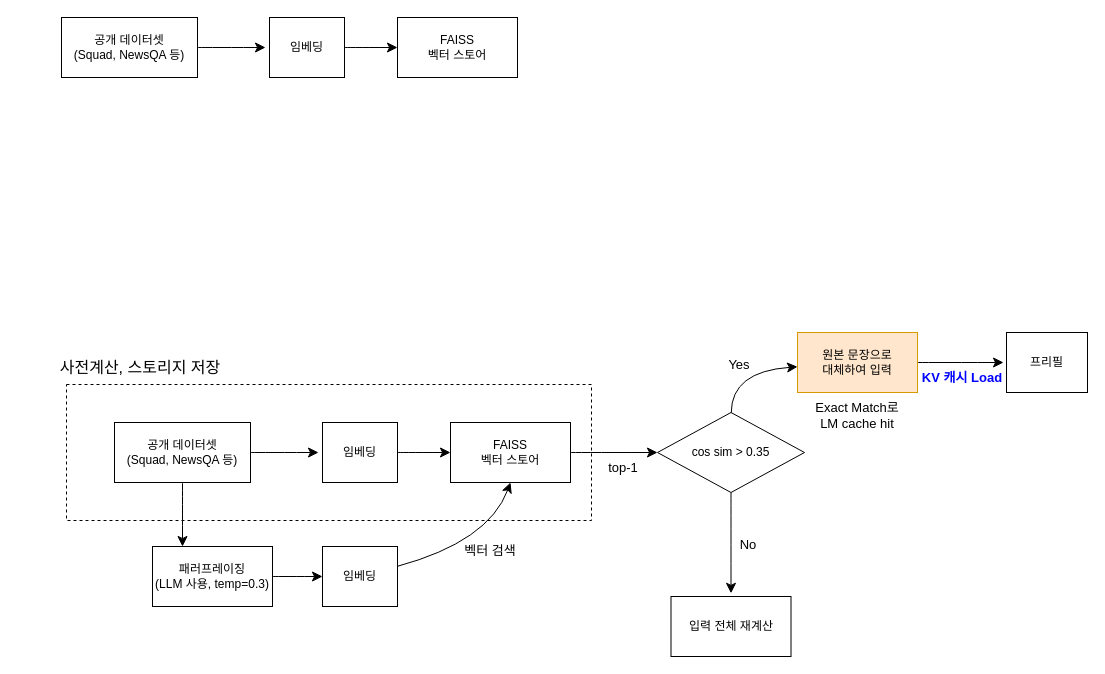
Above: 제목 없는 다이어그램.drawio in choungsol/storinfer (draw.io), before the change. Source tidied: cells renumbered, new cells numbered last; positions are measured from the earlier drawing's top-left corner, leaving out a move shared by most shapes. Both pictures are drawn from the tidied source at 100%, with x=0, y=0 at pixel (17, 17).
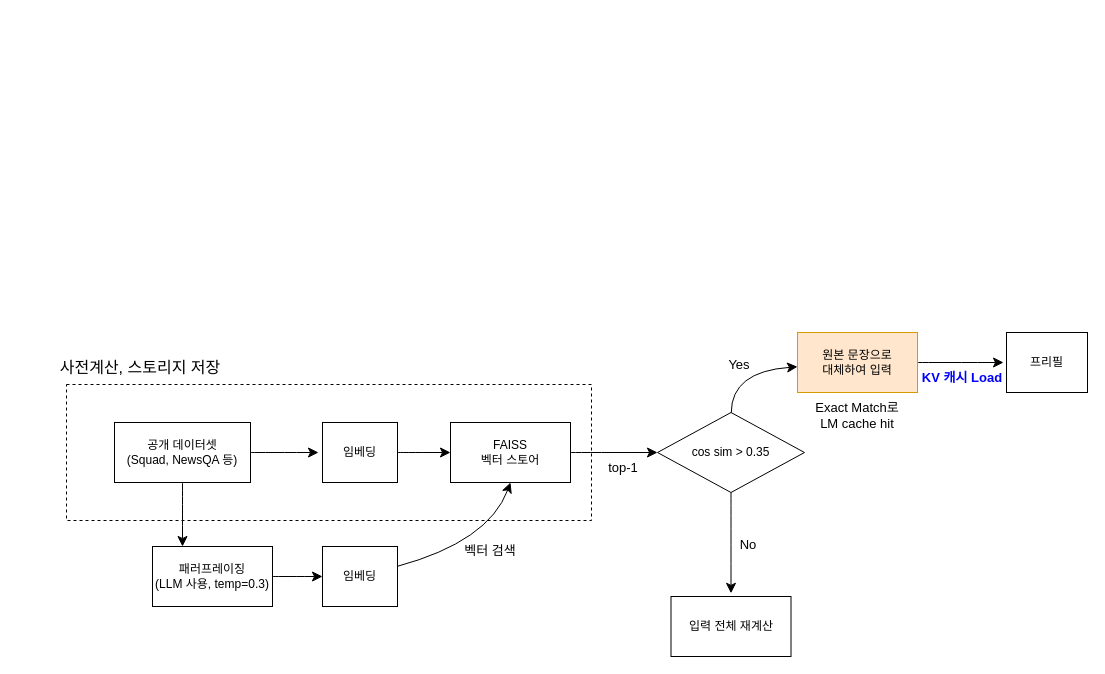
Above is the later version.

Commit message (it also covers changes not shown here):
제목 없는 다이어그램.drawio 업데이트

Diff of the diagram source:
```diff
@@
-    <mxCell id="29" style="edgeStyle=none;curved=1;rounded=0;jettySize=auto;html=1;fontSize=12;startSize=8;endSize=8;" parent="1" edge="1" source="30">
-      <mxGeometry relative="1" as="geometry">
-        <mxPoint x="248" y="30" as="targetPoint" />
-      </mxGeometry>
-    </mxCell>
-    <mxCell id="30" value="공개 데이터셋&lt;div&gt;(Squad, NewsQA 등)&lt;/div&gt;" style="whiteSpace=wrap;html=1;" parent="1" vertex="1">
-      <mxGeometry x="44" width="136" height="60" as="geometry" />
-    </mxCell>
-    <mxCell id="31" style="edgeStyle=none;curved=1;rounded=0;jettySize=auto;html=1;fontSize=12;startSize=8;endSize=8;" parent="1" edge="1" source="32" target="33">
-      <mxGeometry relative="1" as="geometry" />
-    </mxCell>
-    <mxCell id="32" value="임베딩" style="whiteSpace=wrap;html=1;" parent="1" vertex="1">
-      <mxGeometry x="252" width="75" height="60" as="geometry" />
-    </mxCell>
-    <mxCell id="33" value="FAISS&lt;div&gt;벡터 스토어&lt;/div&gt;" style="whiteSpace=wrap;html=1;labelBackgroundColor=none;" parent="1" vertex="1">
-      <mxGeometry x="380" width="120" height="60" as="geometry" />
-    </mxCell>
```
